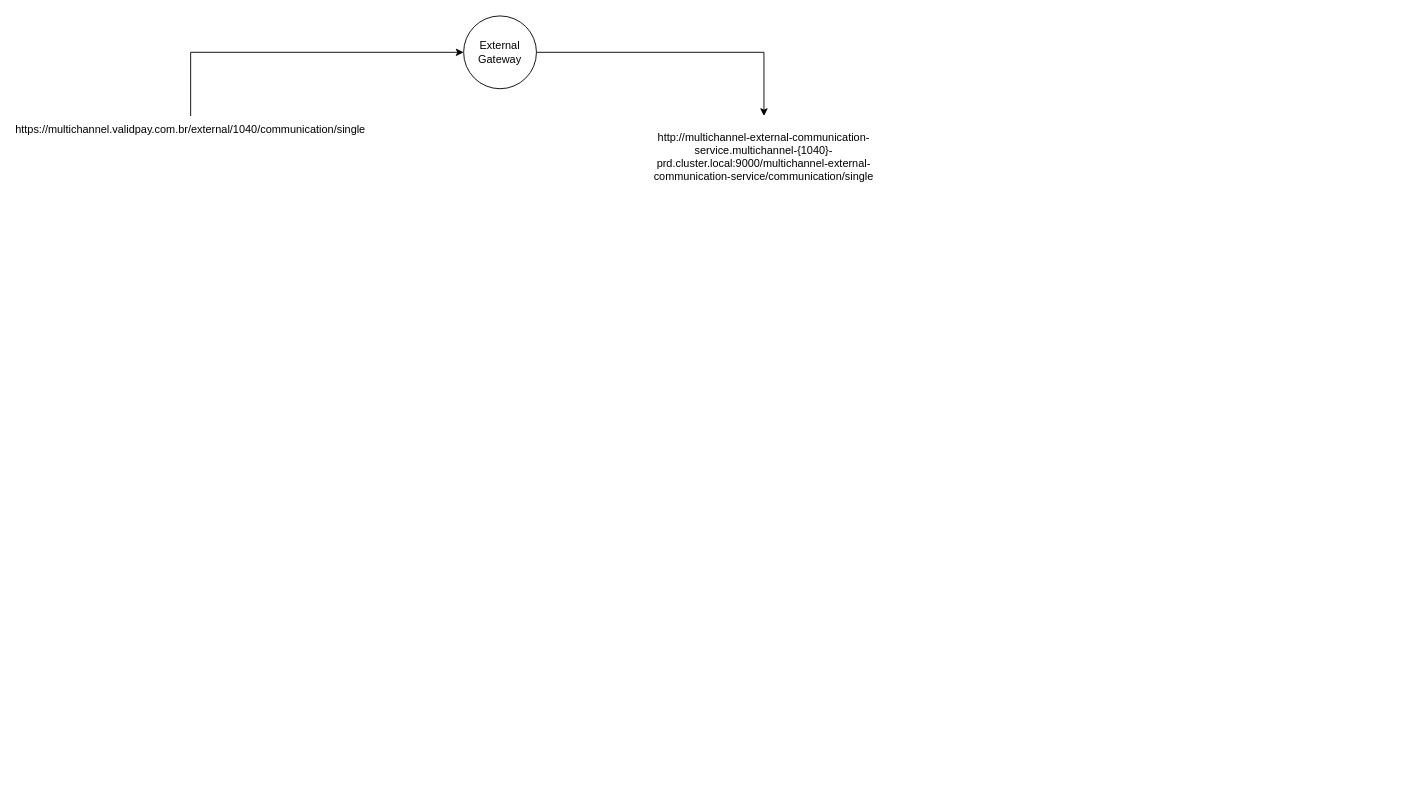
The draw.io diagram page "Flow pelos namespaces" (3 of 3) of Diagrama API Externa pra envio.drawio in caio-bueno/draws-valid, before the edit. Source tidied: cells renumbered, new cells numbered last; positions are measured from the earlier drawing's top-left corner, leaving out a move shared by most shapes. Both pictures are drawn from the tidied source at 91%, with x=0, y=0 at pixel (163, 15).
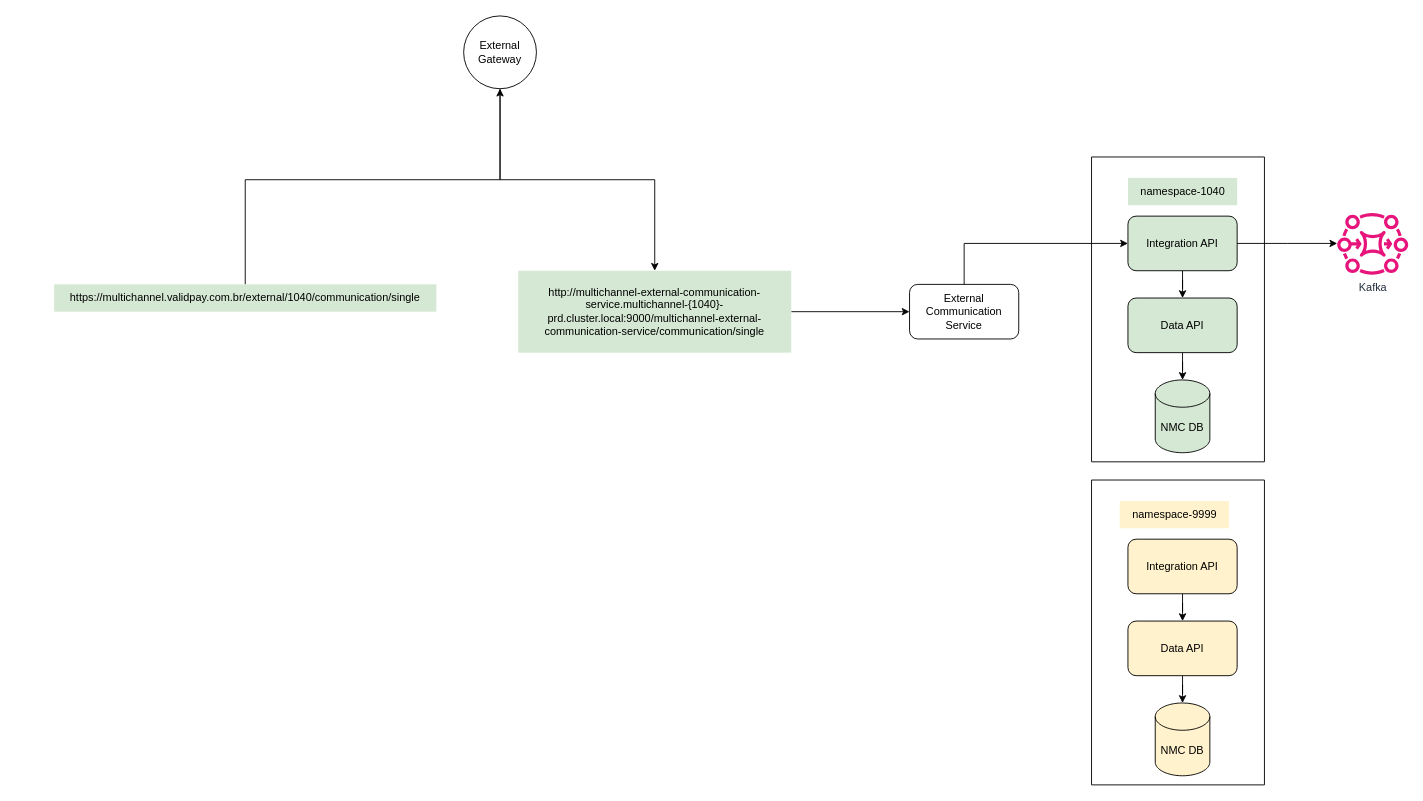
Above is the later version.

The change refers to these unchanged cells:
```xml
<mxCell id="4" value="External Gateway" style="ellipse;whiteSpace=wrap;html=1;" parent="1" vertex="1">
  <mxGeometry x="330" width="80" height="80" as="geometry" />
</mxCell>
```

What changed in the source:
```diff
@@
+    <mxCell id="5" style="edgeStyle=orthogonalEdgeStyle;rounded=0;jettySize=auto;html=1;" parent="1" edge="1" source="2" target="4">
+      <mxGeometry relative="1" as="geometry">
+        <Array as="points">
+          <mxPoint x="90" y="180" />
+          <mxPoint x="370" y="180" />
+        </Array>
+      </mxGeometry>
+    </mxCell>
-    <mxCell id="2" value="https://multichannel.validpay.com.br/external/1040/communication/single" style="text;html=1;align=center;verticalAlign=middle;whiteSpace=wrap;rounded=0;" parent="1" vertex="1">
-      <mxGeometry y="110" width="60" height="30" as="geometry" />
+    <mxCell id="2" value="https://multichannel.validpay.com.br/external/1040/communication/single" style="text;html=1;align=center;verticalAlign=middle;whiteSpace=wrap;rounded=0;fillColor=#D5E8D4;" parent="1" vertex="1">
+      <mxGeometry x="-120" y="295" width="420" height="30" as="geometry" />
     </mxCell>
@@
-    <mxCell id="5" style="edgeStyle=orthogonalEdgeStyle;rounded=0;jettySize=auto;html=1;" parent="1" edge="1" source="2" target="4">
-      <mxGeometry relative="1" as="geometry">
-        <Array as="points">
-          <mxPoint x="30" y="40" />
-        </Array>
-      </mxGeometry>
-    </mxCell>
+    <mxCell id="7" style="edgeStyle=orthogonalEdgeStyle;rounded=0;jettySize=auto;html=1;" parent="1" edge="1" source="6" target="9">
+      <mxGeometry relative="1" as="geometry" />
+    </mxCell>
-    <mxCell id="6" value="http://multichannel-external-communication-service.multichannel-{1040}-prd.cluster.local:9000/multichannel-external-communication-service/communication/single" style="text;html=1;align=center;verticalAlign=middle;whiteSpace=wrap;rounded=0;" parent="1" vertex="1">
-      <mxGeometry x="510" y="110" width="300" height="90" as="geometry" />
+    <mxCell id="6" value="http://multichannel-external-communication-service.multichannel-{1040}-prd.cluster.local:9000/multichannel-external-communication-service/communication/single" style="text;html=1;align=center;verticalAlign=middle;whiteSpace=wrap;rounded=0;fillColor=#D5E8D4;" parent="1" vertex="1">
+      <mxGeometry x="390" y="280" width="300" height="90" as="geometry" />
     </mxCell>
+    <mxCell id="8" style="edgeStyle=orthogonalEdgeStyle;rounded=0;jettySize=auto;html=1;" parent="1" edge="1" source="9" target="12">
+      <mxGeometry relative="1" as="geometry">
+        <Array as="points">
+          <mxPoint x="880" y="250" />
+        </Array>
+      </mxGeometry>
+    </mxCell>
+    <mxCell id="9" value="External Communication Service" style="rounded=1;whiteSpace=wrap;html=1;" parent="1" vertex="1">
+      <mxGeometry x="820" y="295" width="120" height="60" as="geometry" />
+    </mxCell>
+    <mxCell id="10" style="swimlane;startSize=0;fillColor=#D5E8D4;" parent="1" vertex="1">
+      <mxGeometry x="1020" y="155" width="190" height="335" as="geometry" />
+    </mxCell>
+    <mxCell id="11" style="edgeStyle=orthogonalEdgeStyle;rounded=0;jettySize=auto;html=1;fillColor=#D5E8D4;" parent="10" edge="1" source="12" target="14">
+      <mxGeometry relative="1" as="geometry" />
+    </mxCell>
+    <mxCell id="12" value="Integration API" style="rounded=1;whiteSpace=wrap;html=1;fillColor=#D5E8D4;" parent="10" vertex="1">
+      <mxGeometry x="40" y="65" width="120" height="60" as="geometry" />
+    </mxCell>
+    <mxCell id="13" style="edgeStyle=orthogonalEdgeStyle;rounded=0;jettySize=auto;html=1;fillColor=#D5E8D4;" parent="10" edge="1" source="14" target="15">
+      <mxGeometry relative="1" as="geometry" />
+    </mxCell>
+    <mxCell id="14" value="Data API" style="rounded=1;whiteSpace=wrap;html=1;fillColor=#D5E8D4;" parent="10" vertex="1">
+      <mxGeometry x="40" y="155" width="120" height="60" as="geometry" />
+    </mxCell>
+    <mxCell id="15" value="NMC DB" style="shape=cylinder3;whiteSpace=wrap;html=1;boundedLbl=1;backgroundOutline=1;size=15;fillColor=#D5E8D4;" parent="10" vertex="1">
+      <mxGeometry x="70" y="245" width="60" height="80" as="geometry" />
+    </mxCell>
+    <mxCell id="16" value="namespace-1040" style="text;html=1;align=center;verticalAlign=middle;strokeColor=none;fillColor=#D5E8D4;" parent="10" vertex="1">
+      <mxGeometry x="40" y="23" width="120" height="30" as="geometry" />
+    </mxCell>
+    <mxCell id="17" value="Kafka" style="sketch=0;outlineConnect=0;fontColor=#232F3E;gradientColor=none;fillColor=#E7157B;strokeColor=none;dashed=0;verticalLabelPosition=bottom;verticalAlign=top;align=center;html=1;fontSize=12;fontStyle=0;shape=mxgraph.aws4.mq_broker;" parent="1" vertex="1">
+      <mxGeometry x="1290" y="215.5" width="78" height="69" as="geometry" />
+    </mxCell>
+    <mxCell id="18" style="edgeStyle=orthogonalEdgeStyle;rounded=0;jettySize=auto;html=1;" parent="1" edge="1" source="12" target="17">
+      <mxGeometry relative="1" as="geometry" />
+    </mxCell>
+    <mxCell id="19" style="swimlane;startSize=0;" parent="1" vertex="1">
+      <mxGeometry x="1020" y="510" width="190" height="335" as="geometry" />
+    </mxCell>
+    <mxCell id="20" style="edgeStyle=orthogonalEdgeStyle;rounded=0;jettySize=auto;html=1;" parent="19" edge="1" source="21" target="23">
+      <mxGeometry relative="1" as="geometry" />
+    </mxCell>
+    <mxCell id="21" value="Integration API" style="rounded=1;whiteSpace=wrap;html=1;fillColor=#FFF2CC;" parent="19" vertex="1">
+      <mxGeometry x="40" y="65" width="120" height="60" as="geometry" />
+    </mxCell>
+    <mxCell id="22" style="edgeStyle=orthogonalEdgeStyle;rounded=0;jettySize=auto;html=1;" parent="19" edge="1" source="23" target="24">
+      <mxGeometry relative="1" as="geometry" />
+    </mxCell>
+    <mxCell id="23" value="Data API" style="rounded=1;whiteSpace=wrap;html=1;fillColor=#FFF2CC;" parent="19" vertex="1">
+      <mxGeometry x="40" y="155" width="120" height="60" as="geometry" />
+    </mxCell>
+    <mxCell id="24" value="NMC DB" style="shape=cylinder3;whiteSpace=wrap;html=1;boundedLbl=1;backgroundOutline=1;size=15;fillColor=#FFF2CC;" parent="19" vertex="1">
+      <mxGeometry x="70" y="245" width="60" height="80" as="geometry" />
+    </mxCell>
+    <mxCell id="25" value="namespace-9999" style="text;html=1;align=center;verticalAlign=middle;strokeColor=none;fillColor=#FFF2CC;" parent="19" vertex="1">
+      <mxGeometry x="31" y="23" width="120" height="30" as="geometry" />
+    </mxCell>
```
